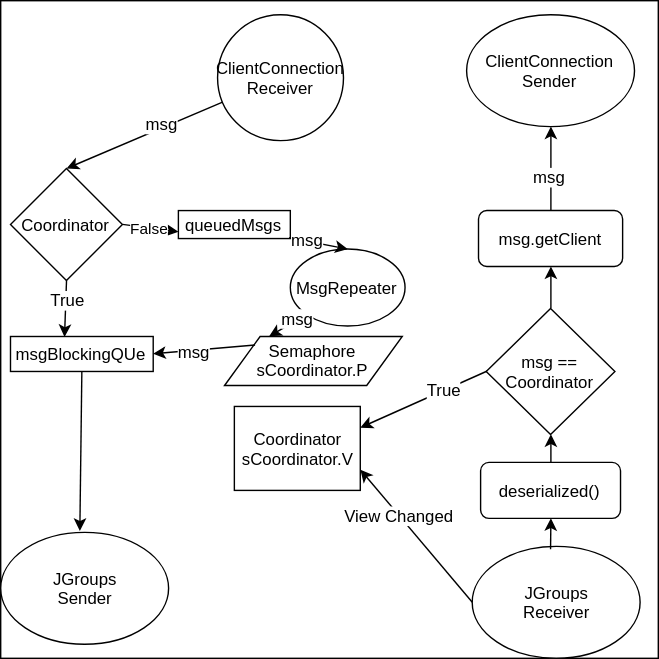
Earlier version of the draw.io export Client-FrontEnd-ReplicaManager.svg (JohanHaggmark/DistributedMessaging). Source tidied: cells renumbered, new cells last; positions are measured from the earlier drawing's top-left corner, leaving out a move shared by most shapes.
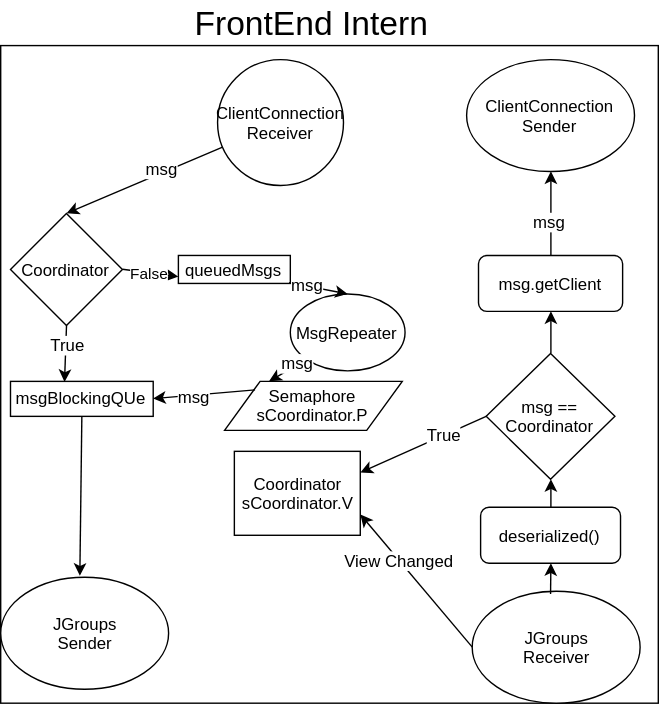
After the change.

Diff of the diagram source:
```diff
@@ -113,5 +113,8 @@
     <mxCell id="36" value="msg" style="text;html=1;align=center;verticalAlign=middle;labelBackgroundColor=#ffffff;" parent="35" vertex="1">
       <mxGeometry x="-0.2" y="1" relative="1" as="geometry" />
     </mxCell>
+    <mxCell id="37" value="&lt;font style=&quot;font-size: 24px&quot;&gt;FrontEnd Intern&lt;/font&gt;" style="text;html=1;align=left;verticalAlign=top;spacingTop=-4;" parent="1" vertex="1">
+      <mxGeometry x="137" y="-32" width="180" height="20" as="geometry" />
+    </mxCell>
   </root>
 </mxGraphModel>
```
